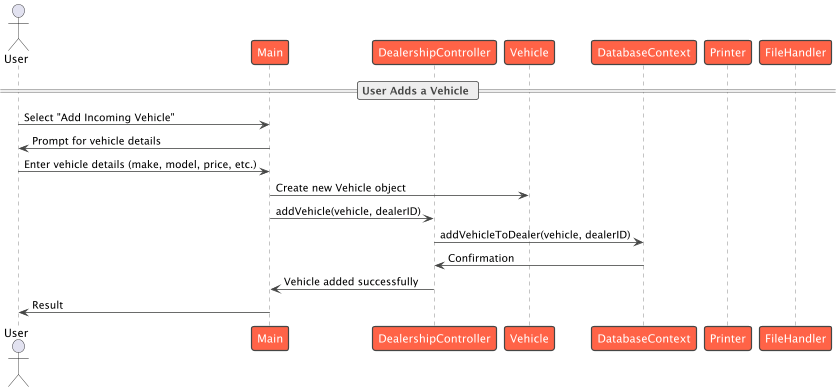
This is src/main/diagrams/SequenceDiagram.png from joatansampaio/project-1-tracking-system, a PlantUML export, as it was before one commit. Its source is kept beside it as src/main/diagrams/SequenceDiagram.puml. Source of this version:
```plantuml
@startuml
actor User
!theme vibrant
participant "Main" as Main
participant "DealershipController" as Controller
participant "Vehicle" as Vehicle
participant "DatabaseContext" as Database

== User Adds a Vehicle ==
User -> Main: Select "Add Incoming Vehicle"
Main -> User: Prompt for vehicle details
User -> Main: Enter vehicle details (make, model, price, etc.)
Main -> Vehicle: Create new Vehicle object
Main -> Controller: addVehicle(vehicle, dealerID)
Controller -> Database: addVehicleToDealer(vehicle, dealerID)
Database -> Controller: Confirmation
Controller -> Main: Vehicle added successfully
Main -> User: Result

@enduml
```
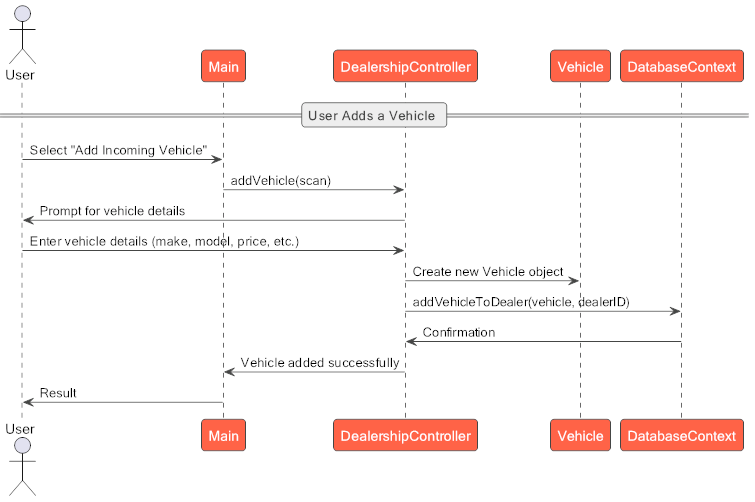
The same file after the commit.

Commit message:
diagram adjustment

Change to the diagram source:
```diff
@@ -8,10 +8,10 @@
 
 == User Adds a Vehicle ==
 User -> Main: Select "Add Incoming Vehicle"
-Main -> User: Prompt for vehicle details
-User -> Main: Enter vehicle details (make, model, price, etc.)
-Main -> Vehicle: Create new Vehicle object
-Main -> Controller: addVehicle(vehicle, dealerID)
+Main -> Controller: addVehicle(scan)
+Controller -> User: Prompt for vehicle details
+User -> Controller: Enter vehicle details (make, model, price, etc.)
+Controller -> Vehicle: Create new Vehicle object
 Controller -> Database: addVehicleToDealer(vehicle, dealerID)
 Database -> Controller: Confirmation
 Controller -> Main: Vehicle added successfully
```
